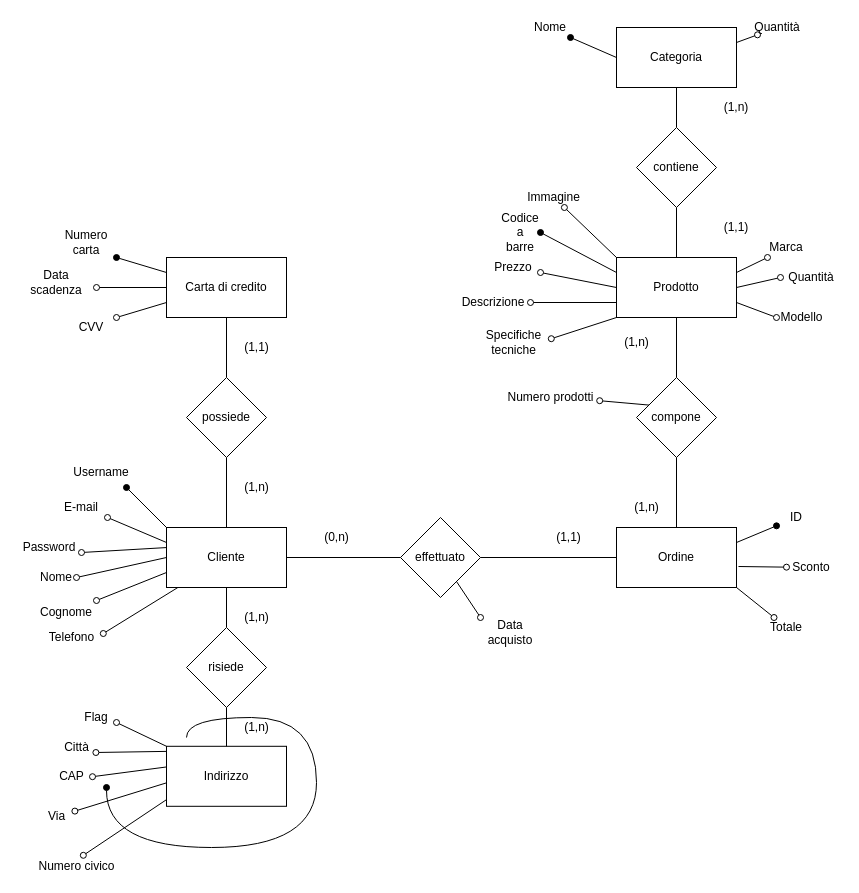
Before: DOC/E-R dt hardware.drawio in reDev27/DT_hardware, a draw.io diagram. Source tidied: cells renumbered, new cells numbered last; positions are measured from the earlier drawing's top-left corner, leaving out a move shared by most shapes. Both pictures are drawn from the tidied source at 100%, with x=0, y=0 at pixel (17, 17).
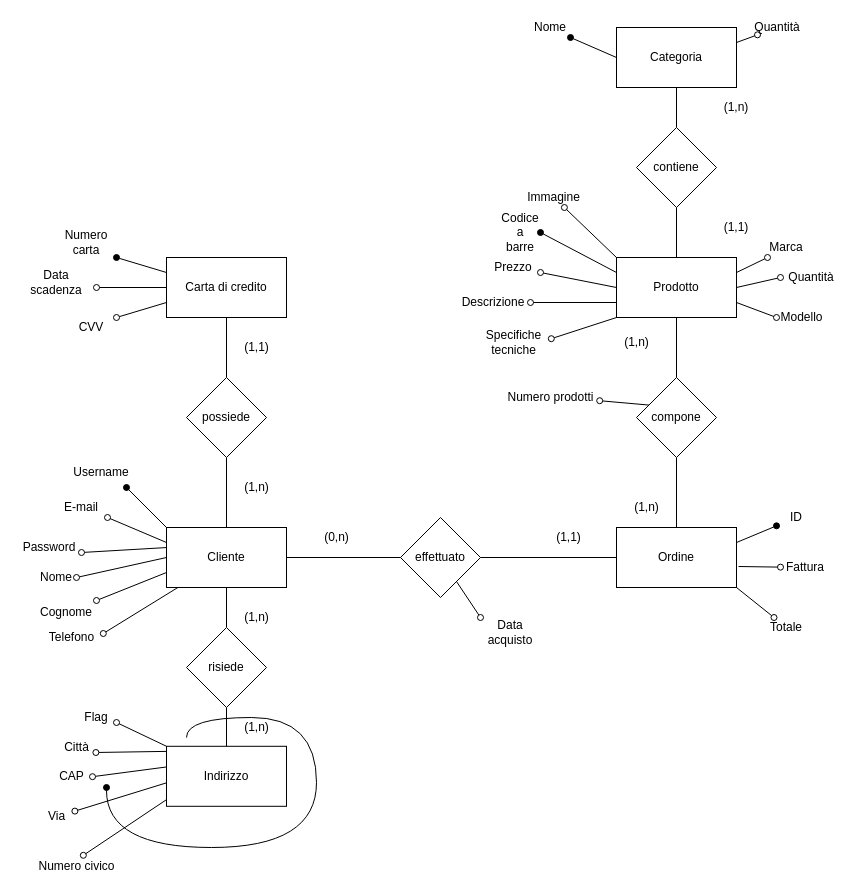
The same diagram, later.

Change to the diagram source:
```diff
@@
-    <mxCell id="68" value="Sconto" style="text;html=1;strokeColor=none;fillColor=none;align=center;verticalAlign=middle;whiteSpace=wrap;rounded=0;" parent="1" vertex="1">
-      <mxGeometry x="769" y="540" width="50" height="20" as="geometry" />
+    <mxCell id="68" value="Fattura" style="text;html=1;strokeColor=none;fillColor=none;align=center;verticalAlign=middle;whiteSpace=wrap;rounded=0;" parent="1" vertex="1">
+      <mxGeometry x="763" y="540" width="50" height="20" as="geometry" />
     </mxCell>
```
